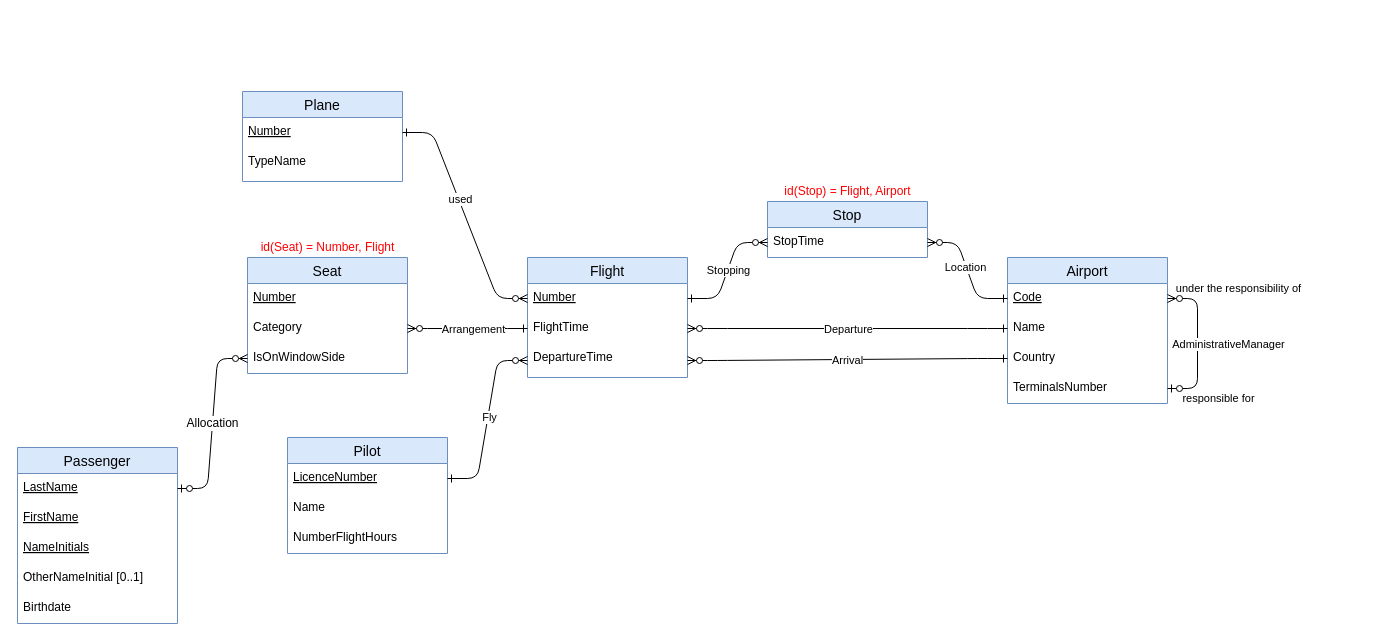
The draw.io diagram schéma conceptuel .drawio in pauline-lr/Flight-manager, before the edit. Source tidied: cells renumbered, new cells numbered last; positions are measured from the earlier drawing's top-left corner, leaving out a move shared by most shapes. Both pictures are drawn from the tidied source at 100%, with x=0, y=0 at pixel (17, 91).
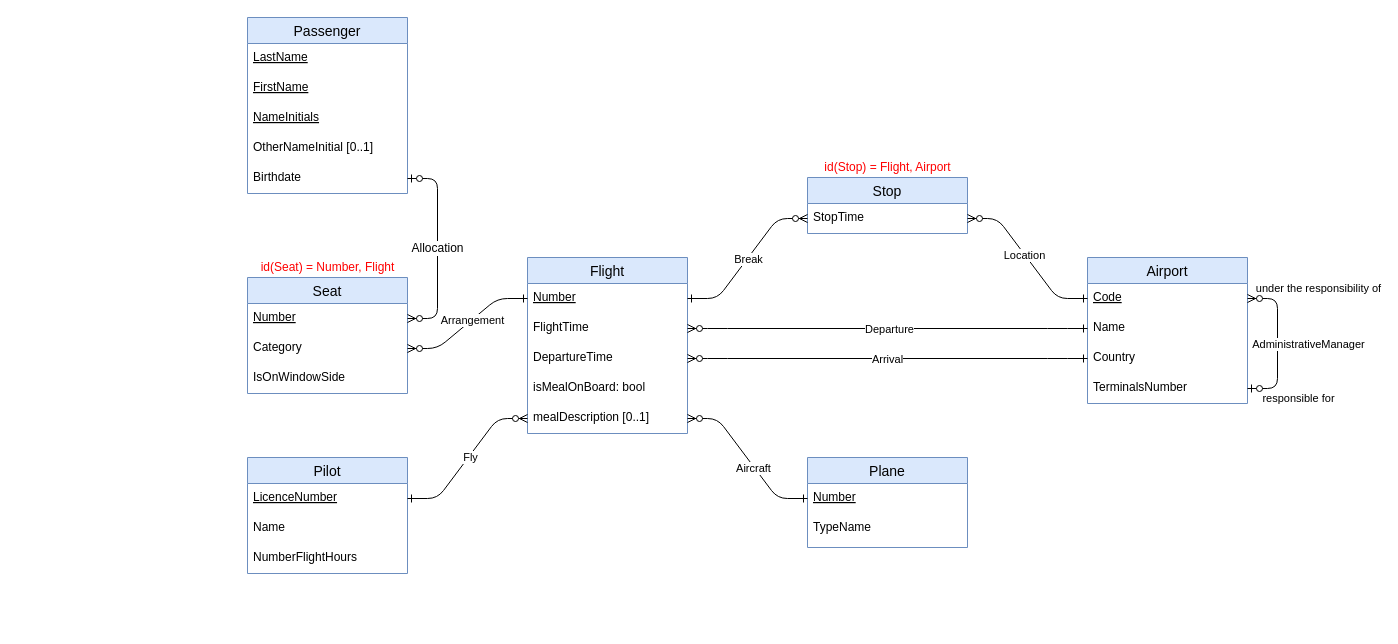
The same diagram, later.

The change refers to these unchanged cells:
```xml
<mxCell id="3" value="Number" style="text;strokeColor=none;fillColor=none;spacingLeft=4;spacingRight=4;overflow=hidden;points=[[0,0.5],[1,0.5]];portConstraint=eastwest;fontSize=12;fontStyle=4;" parent="2" vertex="1">
  <mxGeometry y="26" width="160" height="30" as="geometry" />
</mxCell>
<mxCell id="4" value="Category" style="text;strokeColor=none;fillColor=none;spacingLeft=4;spacingRight=4;overflow=hidden;points=[[0,0.5],[1,0.5]];portConstraint=eastwest;fontSize=12;" parent="2" vertex="1">
  <mxGeometry y="56" width="160" height="30" as="geometry" />
</mxCell>
<mxCell id="5" value="IsOnWindowSide" style="text;strokeColor=none;fillColor=none;spacingLeft=4;spacingRight=4;overflow=hidden;points=[[0,0.5],[1,0.5]];portConstraint=eastwest;fontSize=12;" parent="2" vertex="1">
  <mxGeometry y="86" width="160" height="30" as="geometry" />
</mxCell>
<mxCell id="7" value="Number" style="text;strokeColor=none;fillColor=none;spacingLeft=4;spacingRight=4;overflow=hidden;points=[[0,0.5],[1,0.5]];portConstraint=eastwest;fontSize=12;fontStyle=4;" parent="6" vertex="1">
  <mxGeometry y="26" width="160" height="30" as="geometry" />
</mxCell>
<mxCell id="8" value="FlightTime" style="text;strokeColor=none;fillColor=none;spacingLeft=4;spacingRight=4;overflow=hidden;points=[[0,0.5],[1,0.5]];portConstraint=eastwest;fontSize=12;" parent="6" vertex="1">
  <mxGeometry y="56" width="160" height="30" as="geometry" />
</mxCell>
<mxCell id="11" value="LastName" style="text;strokeColor=none;fillColor=none;spacingLeft=4;spacingRight=4;overflow=hidden;points=[[0,0.5],[1,0.5]];portConstraint=eastwest;fontSize=12;fontStyle=4;" parent="10" vertex="1">
  <mxGeometry y="26" width="160" height="30" as="geometry" />
</mxCell>
<mxCell id="15" value="Birthdate" style="text;strokeColor=none;fillColor=none;spacingLeft=4;spacingRight=4;overflow=hidden;points=[[0,0.5],[1,0.5]];portConstraint=eastwest;fontSize=12;" parent="10" vertex="1">
  <mxGeometry y="146" width="160" height="30" as="geometry" />
</mxCell>
<mxCell id="19" value="LicenceNumber" style="text;strokeColor=none;fillColor=none;spacingLeft=4;spacingRight=4;overflow=hidden;points=[[0,0.5],[1,0.5]];portConstraint=eastwest;fontSize=12;fontStyle=4;" parent="18" vertex="1">
  <mxGeometry y="26" width="160" height="30" as="geometry" />
</mxCell>
<mxCell id="25" value="Country" style="text;strokeColor=none;fillColor=none;spacingLeft=4;spacingRight=4;overflow=hidden;points=[[0,0.5],[1,0.5]];portConstraint=eastwest;fontSize=12;" parent="22" vertex="1">
  <mxGeometry y="86" width="160" height="30" as="geometry" />
</mxCell>
<mxCell id="38" style="edgeStyle=entityRelationEdgeStyle;fontSize=12;html=1;endArrow=ERzeroToMany;endFill=1;startArrow=ERone;startFill=0;" parent="1" edge="1" source="7" target="17">
  <mxGeometry relative="1" as="geometry" />
</mxCell>
<mxCell id="47" value="Number" style="text;strokeColor=none;fillColor=none;spacingLeft=4;spacingRight=4;overflow=hidden;points=[[0,0.5],[1,0.5]];portConstraint=eastwest;fontSize=12;fontStyle=4;" parent="46" vertex="1">
  <mxGeometry y="26" width="160" height="30" as="geometry" />
</mxCell>
```

Change to the diagram source:
```diff
@@
     <mxCell id="2" value="Seat" style="swimlane;fontStyle=0;horizontal=1;startSize=26;align=center;fontSize=14;fillColor=#dae8fc;strokeColor=#6c8ebf;" parent="1" vertex="1">
-      <mxGeometry x="230" y="166" width="160" height="116" as="geometry" />
+      <mxGeometry x="230" y="186" width="160" height="116" as="geometry" />
     </mxCell>
@@
     <mxCell id="6" value="Flight" style="swimlane;fontStyle=0;horizontal=1;startSize=26;align=center;fontSize=14;fillColor=#dae8fc;strokeColor=#6c8ebf;" parent="1" vertex="1">
-      <mxGeometry x="510" y="166" width="160" height="120" as="geometry" />
+      <mxGeometry x="510" y="166" width="160" height="176" as="geometry" />
     </mxCell>
@@
-    <mxCell id="9" value="DepartureTime" style="text;strokeColor=none;fillColor=none;spacingLeft=4;spacingRight=4;overflow=hidden;points=[[0,0.5],[1,0.5]];portConstraint=eastwest;fontSize=12;" parent="6" vertex="1">
-      <mxGeometry y="86" width="160" height="34" as="geometry" />
+    <mxCell id="9" value="DepartureTime" style="text;strokeColor=none;fillColor=none;spacingLeft=4;spacingRight=4;overflow=hidden;points=[[0,0.5],[1,0.5]];portConstraint=eastwest;fontSize=12;fontStyle=0;" parent="6" vertex="1">
+      <mxGeometry y="86" width="160" height="30" as="geometry" />
     </mxCell>
+    <mxCell id="51" value="isMealOnBoard: bool" style="text;strokeColor=none;fillColor=none;spacingLeft=4;spacingRight=4;overflow=hidden;fontSize=12;fontStyle=0;" parent="6" vertex="1">
+      <mxGeometry y="116" width="160" height="30" as="geometry" />
+    </mxCell>
+    <mxCell id="52" value="mealDescription [0..1]" style="text;strokeColor=none;fillColor=none;spacingLeft=4;spacingRight=4;overflow=hidden;points=[[0,0.5],[1,0.5]];portConstraint=eastwest;fontSize=12;fontStyle=0;" parent="6" vertex="1">
+      <mxGeometry y="146" width="160" height="30" as="geometry" />
+    </mxCell>
     <mxCell id="10" value="Passenger" style="swimlane;fontStyle=0;horizontal=1;startSize=26;align=center;fontSize=14;fillColor=#dae8fc;strokeColor=#6c8ebf;" parent="1" vertex="1">
-      <mxGeometry y="356" width="160" height="176" as="geometry" />
+      <mxGeometry x="230" y="-74" width="160" height="176" as="geometry" />
     </mxCell>
@@
     <mxCell id="16" value="Stop" style="swimlane;fontStyle=0;horizontal=1;startSize=26;align=center;fontSize=14;fillColor=#dae8fc;strokeColor=#6c8ebf;" parent="1" vertex="1">
-      <mxGeometry x="750" y="110" width="160" height="56" as="geometry" />
+      <mxGeometry x="790" y="86" width="160" height="56" as="geometry" />
     </mxCell>
@@
     <mxCell id="18" value="Pilot" style="swimlane;fontStyle=0;horizontal=1;startSize=26;align=center;fontSize=14;fillColor=#dae8fc;strokeColor=#6c8ebf;" parent="1" vertex="1">
-      <mxGeometry x="270" y="346" width="160" height="116" as="geometry" />
+      <mxGeometry x="230" y="366" width="160" height="116" as="geometry" />
     </mxCell>
@@
     <mxCell id="22" value="Airport" style="swimlane;fontStyle=0;horizontal=1;startSize=26;align=center;fontSize=14;fillColor=#dae8fc;strokeColor=#6c8ebf;" parent="1" vertex="1">
-      <mxGeometry x="990" y="166" width="160" height="146" as="geometry" />
+      <mxGeometry x="1070" y="166" width="160" height="146" as="geometry" />
     </mxCell>
@@
-    <mxCell id="31" value="Allocation" style="edgeStyle=entityRelationEdgeStyle;fontSize=12;html=1;endArrow=ERzeroToMany;endFill=1;startArrow=ERzeroToOne;startFill=1;" parent="1" edge="1" source="11" target="5">
+    <mxCell id="31" value="Allocation" style="edgeStyle=entityRelationEdgeStyle;fontSize=12;html=1;endArrow=ERzeroToMany;endFill=1;startArrow=ERzeroToOne;startFill=1;" parent="1" edge="1" source="15" target="3">
       <mxGeometry relative="1" as="geometry" />
     </mxCell>
-    <mxCell id="32" style="edgeStyle=entityRelationEdgeStyle;fontSize=12;html=1;endArrow=ERzeroToMany;endFill=1;startArrow=ERone;startFill=0;" parent="1" edge="1" source="8" target="4">
+    <mxCell id="32" style="edgeStyle=entityRelationEdgeStyle;fontSize=12;html=1;endArrow=ERzeroToMany;endFill=1;startArrow=ERone;startFill=0;" parent="1" edge="1" source="7" target="4">
       <mxGeometry relative="1" as="geometry" />
     </mxCell>
@@
-    <mxCell id="34" style="edgeStyle=entityRelationEdgeStyle;fontSize=12;html=1;endArrow=ERzeroToMany;endFill=1;startArrow=ERone;startFill=0;" parent="1" edge="1" source="19" target="9">
+    <mxCell id="34" style="edgeStyle=entityRelationEdgeStyle;fontSize=12;html=1;endArrow=ERzeroToMany;endFill=1;startArrow=ERone;startFill=0;" parent="1" edge="1" source="19" target="52">
       <mxGeometry relative="1" as="geometry" />
     </mxCell>
@@
-    <mxCell id="39" value="Stopping" style="edgeLabel;html=1;align=center;verticalAlign=middle;" parent="38" vertex="1">
+    <mxCell id="39" value="Break" style="edgeLabel;html=1;align=center;verticalAlign=middle;" parent="38" vertex="1">
       <mxGeometry relative="1" as="geometry" />
     </mxCell>
@@
-    <mxCell id="42" style="edgeStyle=entityRelationEdgeStyle;fontSize=12;html=1;endArrow=ERzeroToMany;endFill=1;startArrow=ERone;startFill=0;" parent="1" edge="1" source="25" target="9">
+    <mxCell id="42" style="edgeStyle=entityRelationEdgeStyle;fontSize=12;html=1;endArrow=ERzeroToMany;endFill=1;startArrow=ERone;startFill=0;entryX=1;entryY=0.5;entryDx=0;entryDy=0;" parent="1" edge="1" source="25" target="9">
       <mxGeometry relative="1" as="geometry" />
     </mxCell>
@@
     <mxCell id="44" value="&lt;font color=&quot;#ff0000&quot;&gt;id(Seat) = Number, Flight&lt;/font&gt;" style="text;html=1;align=center;verticalAlign=middle;" parent="1" vertex="1">
-      <mxGeometry x="235" y="146" width="150" height="20" as="geometry" />
+      <mxGeometry x="235" y="166" width="150" height="20" as="geometry" />
     </mxCell>
     <mxCell id="45" value="&lt;font color=&quot;#ff0000&quot;&gt;id(Stop) = Flight, Airport&lt;/font&gt;" style="text;html=1;align=center;verticalAlign=middle;" parent="1" vertex="1">
-      <mxGeometry x="760" y="90" width="140" height="20" as="geometry" />
+      <mxGeometry x="800" y="66" width="140" height="20" as="geometry" />
     </mxCell>
     <mxCell id="46" value="Plane" style="swimlane;fontStyle=0;horizontal=1;startSize=26;align=center;fontSize=14;fillColor=#dae8fc;strokeColor=#6c8ebf;" parent="1" vertex="1">
-      <mxGeometry x="225" width="160" height="90" as="geometry" />
+      <mxGeometry x="790" y="366" width="160" height="90" as="geometry" />
     </mxCell>
@@
-    <mxCell id="49" style="edgeStyle=entityRelationEdgeStyle;fontSize=12;html=1;endArrow=ERzeroToMany;endFill=1;startArrow=ERone;startFill=0;" parent="1" edge="1" source="47" target="7">
+    <mxCell id="49" style="edgeStyle=entityRelationEdgeStyle;fontSize=12;html=1;endArrow=ERzeroToMany;endFill=1;startArrow=ERone;startFill=0;" parent="1" edge="1" source="47" target="52">
       <mxGeometry relative="1" as="geometry" />
     </mxCell>
-    <mxCell id="50" value="used" style="edgeLabel;html=1;align=center;verticalAlign=middle;" parent="49" vertex="1">
+    <mxCell id="50" value="Aircraft" style="edgeLabel;html=1;align=center;verticalAlign=middle;" parent="49" vertex="1">
       <mxGeometry x="-0.14" y="1" relative="1" as="geometry" />
     </mxCell>
```
